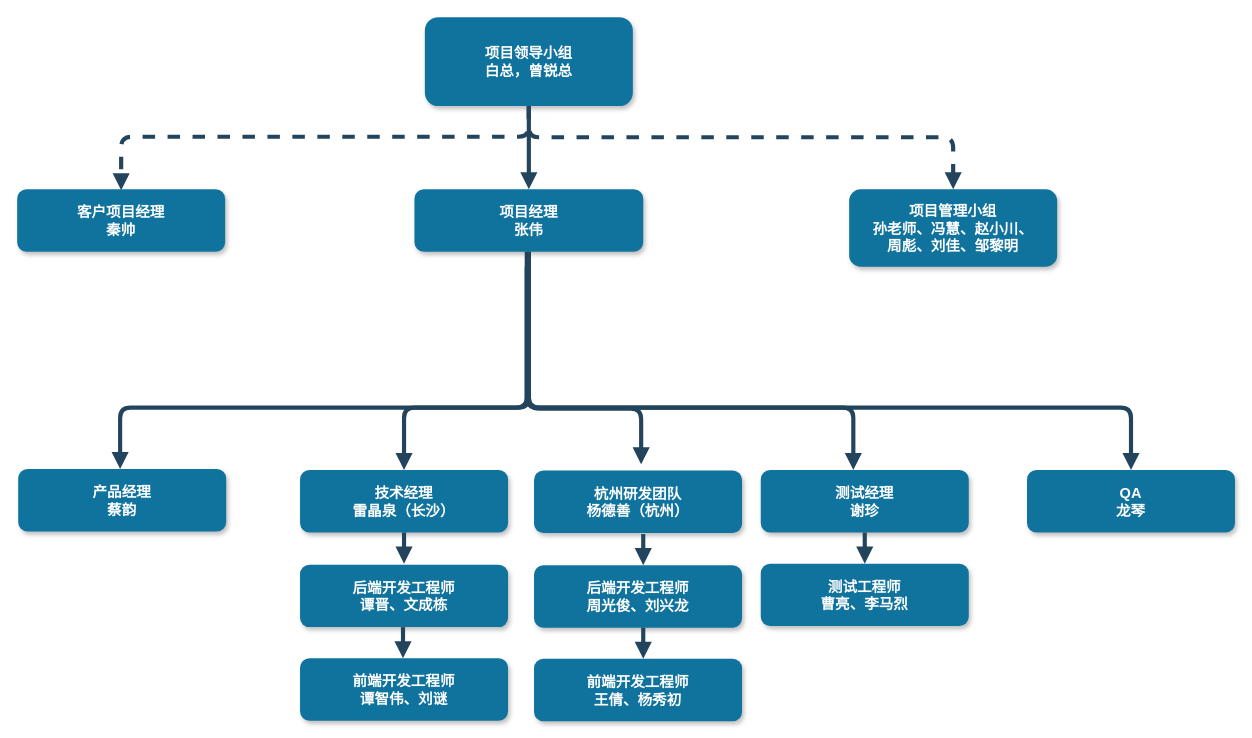
Before: page "项目组成员-新华项目" (3 of 3) of 流程管理项目组织架构.drawio in warmsheep/my-example, a draw.io diagram. Source tidied: cells renumbered, new cells numbered last; positions are measured from the earlier drawing's top-left corner, leaving out a move shared by most shapes. Both pictures are drawn from the tidied source at 104%, with x=0, y=0 at pixel (17, 17).
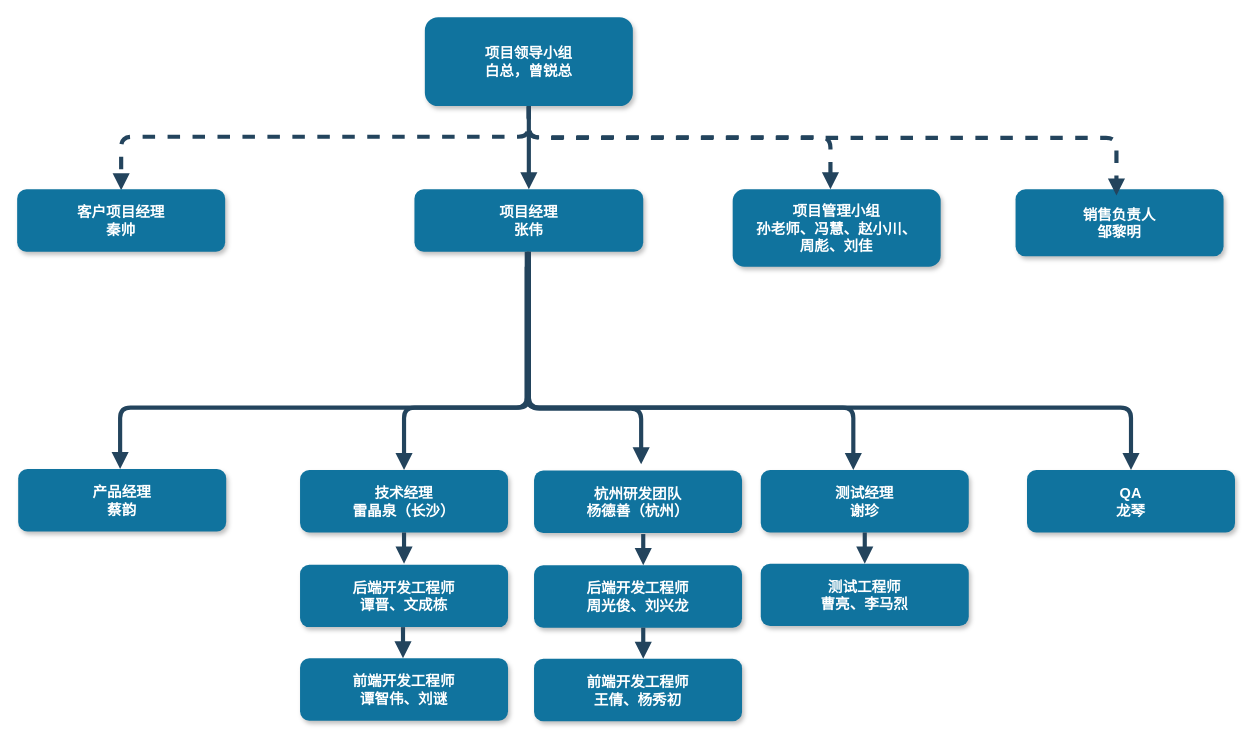
Above is the later version.

Commit message:
更新流程管理项目组织架构.drawio

The change refers to these unchanged cells:
```xml
<mxCell id="2" value="项目领导小组&#10;白总，曾锐总" style="rounded=1;fillColor=#10739E;strokeColor=none;shadow=1;gradientColor=none;fontStyle=1;fontColor=#FFFFFF;fontSize=14;" parent="1" vertex="1">
  <mxGeometry x="392" width="200" height="85.5" as="geometry" />
</mxCell>
```

Change to the diagram source:
```diff
@@
-    <mxCell id="4" value="项目管理小组&#10;孙老师、冯慧、赵小川、&#10;周彪、刘佳、邹黎明" style="rounded=1;fillColor=#10739E;strokeColor=none;shadow=1;gradientColor=none;fontStyle=1;fontColor=#FFFFFF;fontSize=14;" parent="1" vertex="1">
-      <mxGeometry x="800" y="165.5" width="200" height="74.5" as="geometry" />
+    <mxCell id="4" value="项目管理小组&#10;孙老师、冯慧、赵小川、&#10;周彪、刘佳" style="rounded=1;fillColor=#10739E;strokeColor=none;shadow=1;gradientColor=none;fontStyle=1;fontColor=#FFFFFF;fontSize=14;" parent="1" vertex="1">
+      <mxGeometry x="688" y="165.5" width="200" height="74.5" as="geometry" />
     </mxCell>
@@
+    <mxCell id="29" value="销售负责人&#10;邹黎明" style="rounded=1;fillColor=#10739E;strokeColor=none;shadow=1;gradientColor=none;fontStyle=1;fontColor=#FFFFFF;fontSize=14;" parent="1" vertex="1">
+      <mxGeometry x="960" y="165.5" width="200" height="64.5" as="geometry" />
+    </mxCell>
+    <mxCell id="30" style="edgeStyle=elbowEdgeStyle;elbow=vertical;strokeWidth=4;endArrow=block;endFill=1;fontStyle=1;dashed=1;strokeColor=#23445D;entryX=0.5;entryY=0;entryDx=0;entryDy=0;exitX=0.5;exitY=1;exitDx=0;exitDy=0;" parent="1" edge="1" source="2">
+      <mxGeometry x="29" y="181.5" as="geometry">
+        <mxPoint x="1057" y="171.5" as="targetPoint" />
+        <Array as="points">
+          <mxPoint x="777" y="116" />
+        </Array>
+      </mxGeometry>
+    </mxCell>
```
